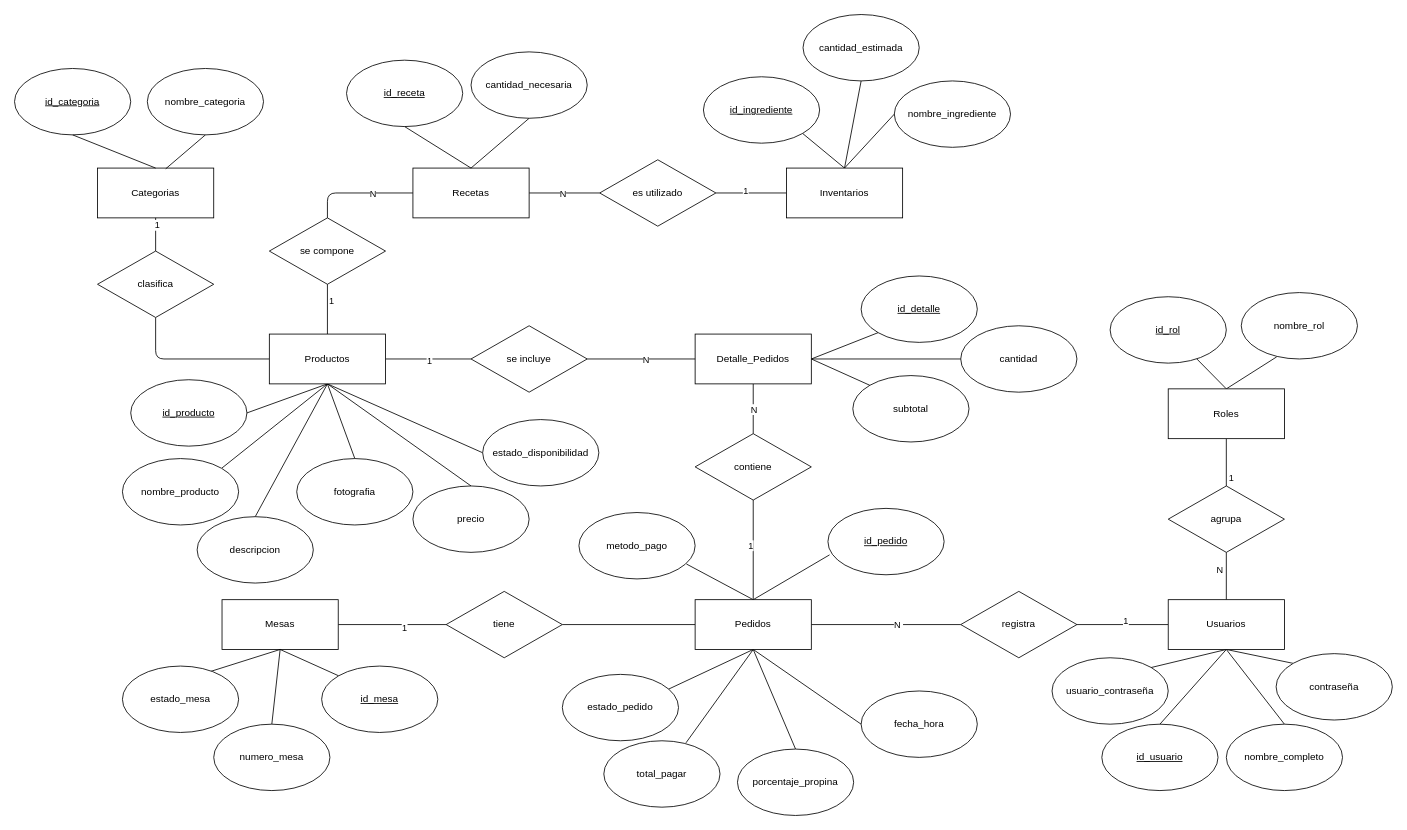
Before: page "MER" (1 of 2) of Diagramas/DiagramaER.drawio in CanelaFeliz/ProyectoPPI115, a draw.io diagram. Source tidied: cells renumbered, new cells numbered last; positions are measured from the earlier drawing's top-left corner, leaving out a move shared by most shapes. Both pictures are drawn from the tidied source at 83%, with x=0, y=0 at pixel (14, 14).
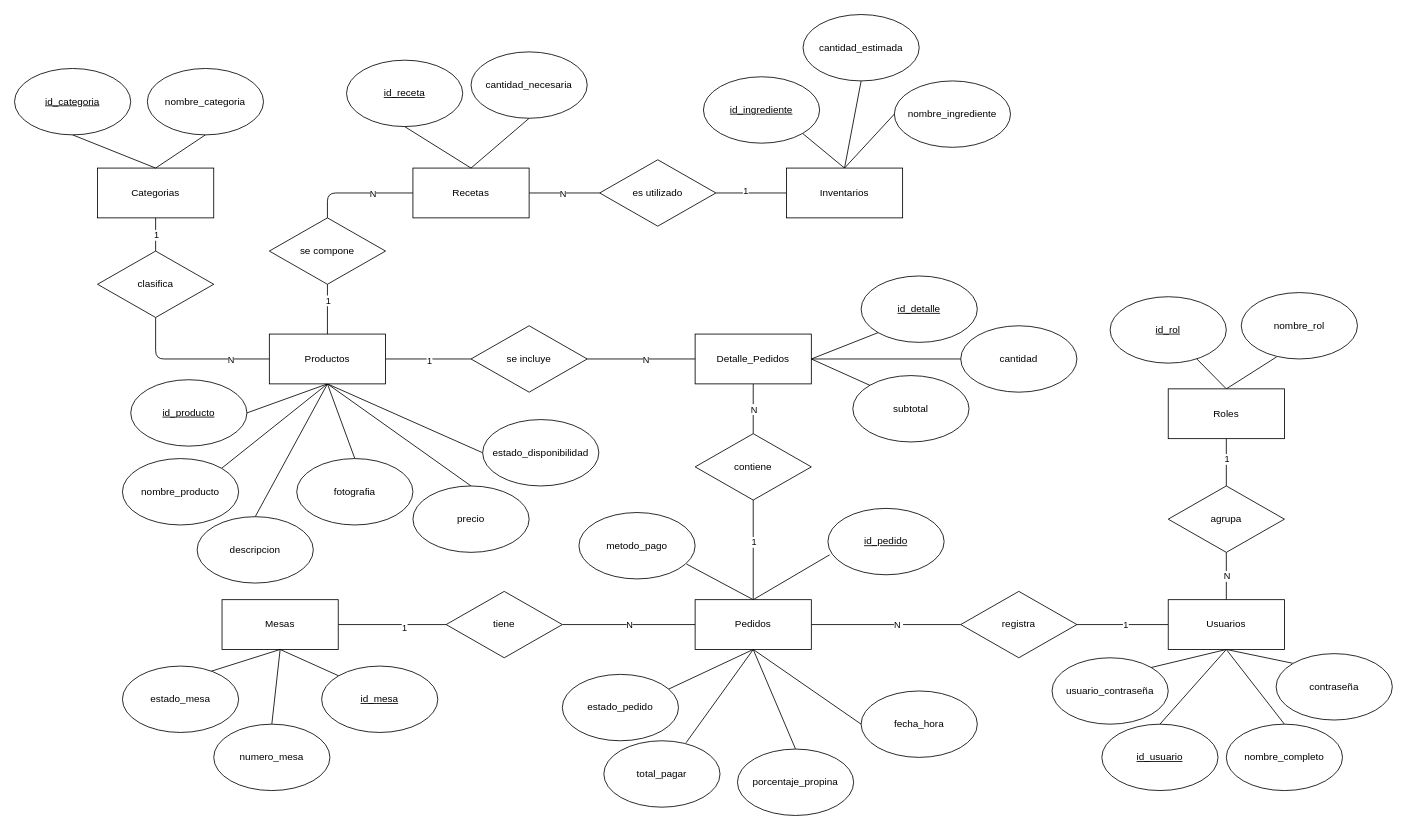
The same diagram, later.

Commit message:
Correcciones finales Diagrama ER

Unchanged cells that the change refers to:
```xml
<mxCell id="5" style="rounded=1;jettySize=auto;html=1;exitX=0.5;exitY=0;exitDx=0;exitDy=0;entryX=0;entryY=0.5;entryDx=0;entryDy=0;endArrow=none;endFill=0;edgeStyle=orthogonalEdgeStyle;" parent="1" edge="1" source="7" target="44">
  <mxGeometry relative="1" as="geometry" />
</mxCell>
<mxCell id="8" style="rounded=0;jettySize=auto;html=1;exitX=0.5;exitY=0;exitDx=0;exitDy=0;entryX=0.5;entryY=1;entryDx=0;entryDy=0;endArrow=none;endFill=0;" parent="1" edge="1" source="23" target="7">
  <mxGeometry relative="1" as="geometry" />
</mxCell>
<mxCell id="30" value="Categorias" style="rounded=0;whiteSpace=wrap;html=1;" parent="1" vertex="1">
  <mxGeometry x="100" y="185" width="140" height="60" as="geometry" />
</mxCell>
<mxCell id="32" value="nombre_categoria" style="ellipse;whiteSpace=wrap;html=1;" parent="1" vertex="1">
  <mxGeometry x="160" y="65" width="140" height="80" as="geometry" />
</mxCell>
<mxCell id="35" style="endArrow=none;html=1;rounded=0;exitX=0.5;exitY=0;exitDx=0;exitDy=0;entryX=0.5;entryY=1;entryDx=0;entryDy=0;" parent="1" edge="1" source="4" target="30">
  <mxGeometry relative="1" as="geometry" />
</mxCell>
<mxCell id="58" style="rounded=0;jettySize=auto;html=1;exitX=0.5;exitY=1;exitDx=0;exitDy=0;entryX=0.5;entryY=0;entryDx=0;entryDy=0;endArrow=none;endFill=0;edgeStyle=orthogonalEdgeStyle;curved=0;" parent="1" edge="1" source="60" target="89">
  <mxGeometry relative="1" as="geometry" />
</mxCell>
<mxCell id="61" style="rounded=0;jettySize=auto;html=1;exitX=0.5;exitY=1;exitDx=0;exitDy=0;entryX=0.5;entryY=0;entryDx=0;entryDy=0;endArrow=none;endFill=0;" parent="1" edge="1" source="79" target="60">
  <mxGeometry relative="1" as="geometry" />
</mxCell>
<mxCell id="68" style="rounded=0;jettySize=auto;html=1;exitX=0;exitY=0.5;exitDx=0;exitDy=0;entryX=1;entryY=0.5;entryDx=0;entryDy=0;endArrow=none;endFill=0;" parent="1" edge="1" source="89" target="67">
  <mxGeometry relative="1" as="geometry" />
</mxCell>
<mxCell id="70" style="rounded=0;jettySize=auto;html=1;exitX=0.5;exitY=0;exitDx=0;exitDy=0;entryX=0.5;entryY=1;entryDx=0;entryDy=0;endArrow=none;endFill=0;" parent="1" edge="1" source="72" target="94">
  <mxGeometry relative="1" as="geometry" />
</mxCell>
<mxCell id="73" style="rounded=0;jettySize=auto;html=1;exitX=0.5;exitY=0;exitDx=0;exitDy=0;entryX=0.5;entryY=1;entryDx=0;entryDy=0;endArrow=none;endFill=0;" parent="1" edge="1" source="102" target="72">
  <mxGeometry relative="1" as="geometry" />
</mxCell>
```

The edit, as a diff of the source:
```diff
@@
+    <mxCell id="112" value="N" style="edgeLabel;html=1;align=center;verticalAlign=middle;" parent="5" vertex="1">
+      <mxGeometry x="0.26" y="-1" relative="1" as="geometry">
+        <mxPoint x="-171" y="199" as="offset" />
+      </mxGeometry>
+    </mxCell>
@@
     <mxCell id="9" value="1" style="edgeLabel;html=1;align=center;verticalAlign=middle;" parent="8" vertex="1">
-      <mxGeometry x="0.35" y="-4" relative="1" as="geometry" />
+      <mxGeometry x="0.35" y="-4" relative="1" as="geometry">
+        <mxPoint x="-4" as="offset" />
+      </mxGeometry>
     </mxCell>
@@
-    <mxCell id="34" style="endArrow=none;html=1;rounded=0;entryX=0.5;entryY=1;entryDx=0;entryDy=0;exitX=0.587;exitY=0.014;exitDx=0;exitDy=0;exitPerimeter=0;" parent="1" edge="1" source="30" target="32">
+    <mxCell id="34" style="endArrow=none;html=1;rounded=0;entryX=0.5;entryY=1;entryDx=0;entryDy=0;exitX=0.5;exitY=0;exitDx=0;exitDy=0;" parent="1" edge="1" source="30" target="32">
       <mxGeometry relative="1" as="geometry" />
     </mxCell>
@@
     <mxCell id="36" value="1" style="edgeLabel;html=1;align=center;verticalAlign=middle;" parent="35" vertex="1">
       <mxGeometry x="0.63" y="-2" relative="1" as="geometry">
-        <mxPoint x="-1" y="1" as="offset" />
+        <mxPoint x="-2" y="13" as="offset" />
       </mxGeometry>
     </mxCell>
@@
     <mxCell id="59" value="N" style="edgeLabel;html=1;align=center;verticalAlign=middle;" parent="58" vertex="1">
       <mxGeometry x="-0.17" y="4" relative="1" as="geometry">
-        <mxPoint x="-13" y="-4" as="offset" />
+        <mxPoint x="-4" y="4" as="offset" />
       </mxGeometry>
     </mxCell>
@@
     <mxCell id="62" value="1" style="edgeLabel;html=1;align=center;verticalAlign=middle;" parent="61" vertex="1">
-      <mxGeometry x="0.64" y="5" relative="1" as="geometry" />
+      <mxGeometry x="0.64" y="5" relative="1" as="geometry">
+        <mxPoint x="-5" y="-23" as="offset" />
+      </mxGeometry>
     </mxCell>
@@
     <mxCell id="69" value="1" style="edgeLabel;html=1;align=center;verticalAlign=middle;" parent="68" vertex="1">
       <mxGeometry x="-0.03" y="-5" relative="1" as="geometry">
-        <mxPoint x="1" as="offset" />
+        <mxPoint x="1" y="5" as="offset" />
       </mxGeometry>
     </mxCell>
@@
+    <mxCell id="113" value="N" style="edgeLabel;html=1;align=center;verticalAlign=middle;" parent="70" vertex="1">
+      <mxGeometry x="0.61" y="-7" relative="1" as="geometry">
+        <mxPoint x="-157" y="278" as="offset" />
+      </mxGeometry>
+    </mxCell>
@@
     <mxCell id="74" value="1" style="edgeLabel;html=1;align=center;verticalAlign=middle;" parent="73" vertex="1">
-      <mxGeometry x="0.1" y="4" relative="1" as="geometry" />
+      <mxGeometry x="0.1" y="4" relative="1" as="geometry">
+        <mxPoint x="4" y="-4" as="offset" />
+      </mxGeometry>
     </mxCell>
```
